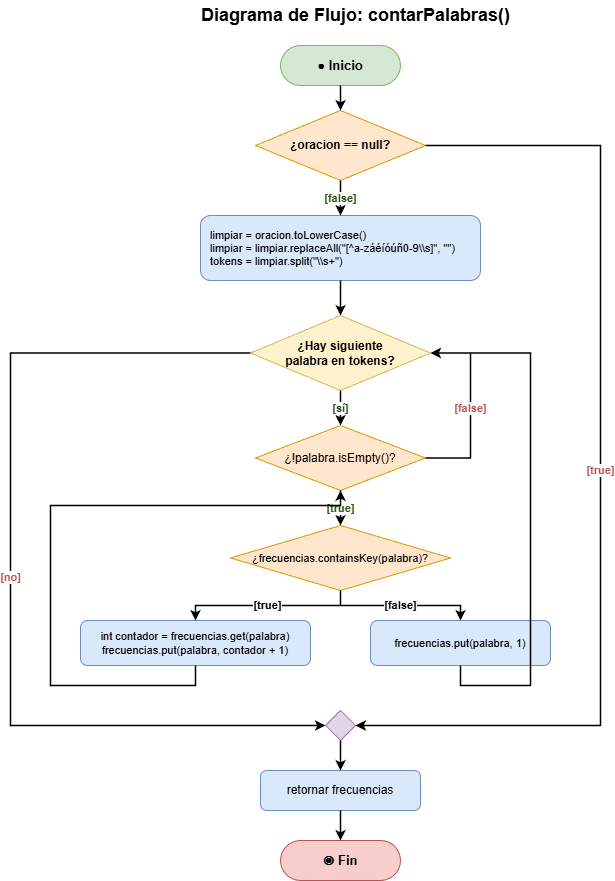
The draw.io diagram Practica_4/Diagramas/Flujo_02_contarPalabras.png in diegoraulzayas-debug/Practicas_POO, before a commit. Source tidied: cells renumbered, new cells last; positions are measured from the earlier drawing's top-left corner, leaving out a move shared by most shapes. Its diagram source:
```xml
<mxGraphModel background="#ffffff">
  <root>
    <mxCell id="0" />
    <mxCell id="1" parent="0" />
    <mxCell id="2" value="Diagrama de Flujo: contarPalabras()" style="text;html=1;strokeColor=none;fillColor=none;align=center;verticalAlign=middle;fontSize=18;fontStyle=1;fontColor=#000000;" parent="1" vertex="1">
      <mxGeometry x="170" width="350" height="30" as="geometry" />
    </mxCell>
    <mxCell id="3" value="● Inicio" style="rounded=1;whiteSpace=wrap;html=1;arcSize=50;fillColor=#d5e8d4;strokeColor=#82b366;fontStyle=1;fontSize=13;fontColor=#000000;" parent="1" vertex="1">
      <mxGeometry x="270" y="45" width="120" height="40" as="geometry" />
    </mxCell>
    <mxCell id="4" value="¿oracion == null?" style="rhombus;whiteSpace=wrap;html=1;fillColor=#ffe6cc;strokeColor=#d79b00;fontStyle=1;fontSize=12;fontColor=#000000;" parent="1" vertex="1">
      <mxGeometry x="245" y="110" width="170" height="70" as="geometry" />
    </mxCell>
    <mxCell id="5" value="limpiar = oracion.toLowerCase()&#10;limpiar = limpiar.replaceAll(&quot;[^a-záéíóúñ0-9\\s]&quot;, &quot;&quot;)&#10;tokens = limpiar.split(&quot;\\s+&quot;)" style="rounded=1;whiteSpace=wrap;html=1;fillColor=#dae8fc;strokeColor=#6c8ebf;fontSize=11;spacingLeft=8;align=left;fontColor=#000000;" parent="1" vertex="1">
      <mxGeometry x="190" y="215" width="280" height="65" as="geometry" />
    </mxCell>
    <mxCell id="6" value="¿Hay siguiente&#10;palabra en tokens?" style="rhombus;whiteSpace=wrap;html=1;fillColor=#fff2cc;strokeColor=#d6b656;fontStyle=1;fontSize=12;fontColor=#000000;" parent="1" vertex="1">
      <mxGeometry x="240" y="315" width="180" height="75" as="geometry" />
    </mxCell>
    <mxCell id="7" value="¿!palabra.isEmpty()?" style="rhombus;whiteSpace=wrap;html=1;fillColor=#ffe6cc;strokeColor=#d79b00;fontSize=12;fontColor=#000000;" parent="1" vertex="1">
      <mxGeometry x="245" y="425" width="170" height="65" as="geometry" />
    </mxCell>
    <mxCell id="8" value="¿frecuencias.containsKey(palabra)?" style="rhombus;whiteSpace=wrap;html=1;fillColor=#ffe6cc;strokeColor=#d79b00;fontSize=11;fontColor=#000000;" parent="1" vertex="1">
      <mxGeometry x="220" y="525" width="220" height="65" as="geometry" />
    </mxCell>
    <mxCell id="9" value="int contador = frecuencias.get(palabra)&#10;frecuencias.put(palabra, contador + 1)" style="rounded=1;whiteSpace=wrap;html=1;fillColor=#dae8fc;strokeColor=#6c8ebf;fontSize=11;fontColor=#000000;" parent="1" vertex="1">
      <mxGeometry x="70" y="620" width="230" height="45" as="geometry" />
    </mxCell>
    <mxCell id="10" value="frecuencias.put(palabra, 1)" style="rounded=1;whiteSpace=wrap;html=1;fillColor=#dae8fc;strokeColor=#6c8ebf;fontSize=11;fontColor=#000000;" parent="1" vertex="1">
      <mxGeometry x="360" y="620" width="180" height="45" as="geometry" />
    </mxCell>
    <mxCell id="11" style="rhombus;whiteSpace=wrap;html=1;fillColor=#e1d5e7;strokeColor=#9673a6;" parent="1" vertex="1">
      <mxGeometry x="315" y="710" width="30" height="30" as="geometry" />
    </mxCell>
    <mxCell id="12" value="retornar frecuencias" style="rounded=1;whiteSpace=wrap;html=1;fillColor=#dae8fc;strokeColor=#6c8ebf;fontSize=12;fontColor=#000000;" parent="1" vertex="1">
      <mxGeometry x="250" y="770" width="160" height="40" as="geometry" />
    </mxCell>
    <mxCell id="13" value="◉ Fin" style="rounded=1;whiteSpace=wrap;html=1;arcSize=50;fillColor=#f8cecc;strokeColor=#b85450;fontStyle=1;fontSize=13;fontColor=#000000;" parent="1" vertex="1">
      <mxGeometry x="270" y="840" width="120" height="40" as="geometry" />
    </mxCell>
    <mxCell id="14" style="edgeStyle=orthogonalEdgeStyle;rounded=0;html=1;strokeWidth=1.5;strokeColor=#000000;" parent="1" edge="1" source="3" target="4">
      <mxGeometry relative="1" as="geometry" />
    </mxCell>
    <mxCell id="15" value="[true]" style="edgeStyle=orthogonalEdgeStyle;rounded=0;html=1;strokeWidth=1.5;fontStyle=1;fontColor=#b85450;strokeColor=#000000;exitX=1;exitY=0.5;exitDx=0;exitDy=0;entryX=1;entryY=0.5;entryDx=0;entryDy=0;" parent="1" edge="1" source="4" target="11">
      <mxGeometry relative="1" as="geometry">
        <Array as="points">
          <mxPoint x="590" y="145" />
          <mxPoint x="590" y="725" />
        </Array>
      </mxGeometry>
    </mxCell>
    <mxCell id="16" value="[false]" style="edgeStyle=orthogonalEdgeStyle;rounded=0;html=1;strokeWidth=1.5;fontStyle=1;fontColor=#274e13;strokeColor=#000000;" parent="1" edge="1" source="4" target="5">
      <mxGeometry relative="1" as="geometry" />
    </mxCell>
    <mxCell id="17" style="edgeStyle=orthogonalEdgeStyle;rounded=0;html=1;strokeWidth=1.5;strokeColor=#000000;" parent="1" edge="1" source="5" target="6">
      <mxGeometry relative="1" as="geometry" />
    </mxCell>
    <mxCell id="18" value="[sí]" style="edgeStyle=orthogonalEdgeStyle;rounded=0;html=1;strokeWidth=1.5;fontStyle=1;fontColor=#274e13;strokeColor=#000000;" parent="1" edge="1" source="6" target="7">
      <mxGeometry relative="1" as="geometry" />
    </mxCell>
    <mxCell id="19" value="[no]" style="edgeStyle=orthogonalEdgeStyle;rounded=0;html=1;strokeWidth=1.5;fontStyle=1;fontColor=#b85450;strokeColor=#000000;exitX=0;exitY=0.5;exitDx=0;exitDy=0;entryX=0;entryY=0.5;entryDx=0;entryDy=0;" parent="1" edge="1" source="6" target="11">
      <mxGeometry relative="1" as="geometry">
        <Array as="points">
          <mxPoint y="353" />
          <mxPoint y="725" />
        </Array>
      </mxGeometry>
    </mxCell>
    <mxCell id="20" value="[true]" style="edgeStyle=orthogonalEdgeStyle;rounded=0;html=1;strokeWidth=1.5;fontStyle=1;fontColor=#274e13;strokeColor=#000000;" parent="1" edge="1" source="7" target="8">
      <mxGeometry relative="1" as="geometry" />
    </mxCell>
    <mxCell id="21" value="[false]" style="edgeStyle=orthogonalEdgeStyle;rounded=0;html=1;strokeWidth=1.5;fontStyle=1;fontColor=#b85450;strokeColor=#000000;exitX=1;exitY=0.5;exitDx=0;exitDy=0;entryX=1;entryY=0.5;entryDx=0;entryDy=0;" parent="1" edge="1" source="7" target="6">
      <mxGeometry relative="1" as="geometry">
        <Array as="points">
          <mxPoint x="460" y="458" />
          <mxPoint x="460" y="353" />
        </Array>
      </mxGeometry>
    </mxCell>
    <mxCell id="22" value="[true]" style="edgeStyle=orthogonalEdgeStyle;rounded=0;html=1;strokeWidth=1.5;fontStyle=1;strokeColor=#000000;fontColor=#000000;" parent="1" edge="1" source="8" target="9">
      <mxGeometry relative="1" as="geometry" />
    </mxCell>
    <mxCell id="23" value="[false]" style="edgeStyle=orthogonalEdgeStyle;rounded=0;html=1;strokeWidth=1.5;fontStyle=1;strokeColor=#000000;fontColor=#000000;" parent="1" edge="1" source="8" target="10">
      <mxGeometry relative="1" as="geometry" />
    </mxCell>
    <mxCell id="24" style="edgeStyle=orthogonalEdgeStyle;rounded=0;html=1;strokeWidth=1.5;strokeColor=#000000;exitX=0.5;exitY=1;exitDx=0;exitDy=0;entryX=0.5;entryY=1;entryDx=0;entryDy=0;" parent="1" edge="1" source="9" target="7">
      <mxGeometry relative="1" as="geometry">
        <Array as="points">
          <mxPoint x="185" y="685" />
          <mxPoint x="40" y="685" />
          <mxPoint x="40" y="505" />
          <mxPoint x="330" y="505" />
        </Array>
      </mxGeometry>
    </mxCell>
    <mxCell id="25" style="edgeStyle=orthogonalEdgeStyle;rounded=0;html=1;strokeWidth=1.5;strokeColor=#000000;exitX=0.5;exitY=1;exitDx=0;exitDy=0;entryX=1;entryY=0.5;entryDx=0;entryDy=0;" parent="1" edge="1" source="10" target="6">
      <mxGeometry relative="1" as="geometry">
        <Array as="points">
          <mxPoint x="450" y="685" />
          <mxPoint x="520" y="685" />
          <mxPoint x="520" y="353" />
        </Array>
      </mxGeometry>
    </mxCell>
    <mxCell id="26" style="edgeStyle=orthogonalEdgeStyle;rounded=0;html=1;strokeWidth=1.5;strokeColor=#000000;" parent="1" edge="1" source="11" target="12">
      <mxGeometry relative="1" as="geometry" />
    </mxCell>
    <mxCell id="27" style="edgeStyle=orthogonalEdgeStyle;rounded=0;html=1;strokeWidth=1.5;strokeColor=#000000;" parent="1" edge="1" source="12" target="13">
      <mxGeometry relative="1" as="geometry" />
    </mxCell>
  </root>
</mxGraphModel>
```
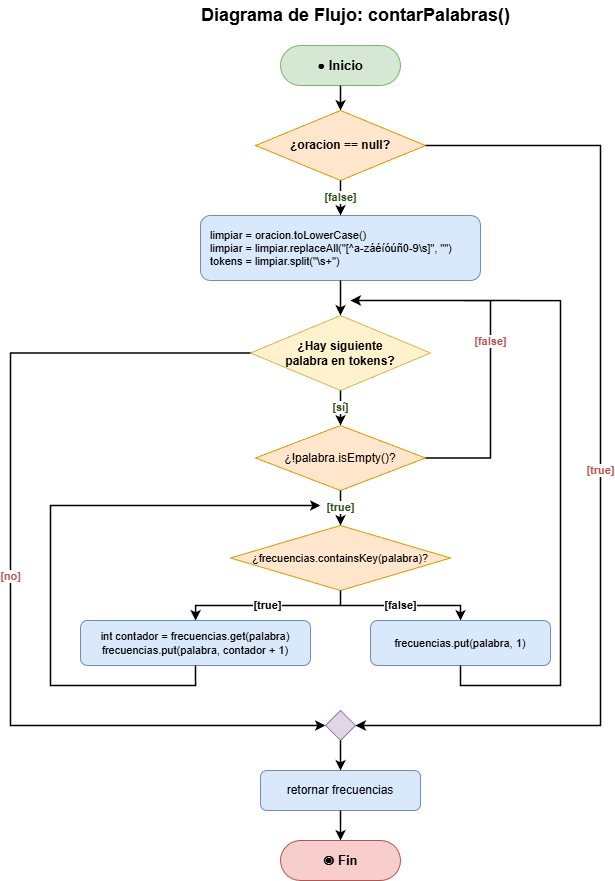
After the change.

Change to the diagram source:
```diff
@@ -11,7 +11,7 @@
     <mxCell id="4" value="¿oracion == null?" style="rhombus;whiteSpace=wrap;html=1;fillColor=#ffe6cc;strokeColor=#d79b00;fontStyle=1;fontSize=12;fontColor=#000000;" parent="1" vertex="1">
       <mxGeometry x="245" y="110" width="170" height="70" as="geometry" />
     </mxCell>
-    <mxCell id="5" value="limpiar = oracion.toLowerCase()&#10;limpiar = limpiar.replaceAll(&quot;[^a-záéíóúñ0-9\\s]&quot;, &quot;&quot;)&#10;tokens = limpiar.split(&quot;\\s+&quot;)" style="rounded=1;whiteSpace=wrap;html=1;fillColor=#dae8fc;strokeColor=#6c8ebf;fontSize=11;spacingLeft=8;align=left;fontColor=#000000;" parent="1" vertex="1">
+    <mxCell id="5" value="limpiar = oracion.toLowerCase()&#10;limpiar = limpiar.replaceAll(&quot;[^a-záéíóúñ0-9\s]&quot;, &quot;&quot;)&#10;tokens = limpiar.split(&quot;\s+&quot;)" style="rounded=1;whiteSpace=wrap;html=1;fillColor=#dae8fc;strokeColor=#6c8ebf;fontSize=11;spacingLeft=8;align=left;fontColor=#000000;" parent="1" vertex="1">
       <mxGeometry x="190" y="215" width="280" height="65" as="geometry" />
     </mxCell>
     <mxCell id="6" value="¿Hay siguiente&#10;palabra en tokens?" style="rhombus;whiteSpace=wrap;html=1;fillColor=#fff2cc;strokeColor=#d6b656;fontStyle=1;fontSize=12;fontColor=#000000;" parent="1" vertex="1">
@@ -69,11 +69,12 @@
     <mxCell id="20" value="[true]" style="edgeStyle=orthogonalEdgeStyle;rounded=0;html=1;strokeWidth=1.5;fontStyle=1;fontColor=#274e13;strokeColor=#000000;" parent="1" edge="1" source="7" target="8">
       <mxGeometry relative="1" as="geometry" />
     </mxCell>
-    <mxCell id="21" value="[false]" style="edgeStyle=orthogonalEdgeStyle;rounded=0;html=1;strokeWidth=1.5;fontStyle=1;fontColor=#b85450;strokeColor=#000000;exitX=1;exitY=0.5;exitDx=0;exitDy=0;entryX=1;entryY=0.5;entryDx=0;entryDy=0;" parent="1" edge="1" source="7" target="6">
+    <mxCell id="21" value="[false]" style="edgeStyle=orthogonalEdgeStyle;rounded=0;html=1;strokeWidth=1.5;fontStyle=1;fontColor=#b85450;strokeColor=#000000;exitX=1;exitY=0.5;exitDx=0;exitDy=0;" parent="1" edge="1" source="7">
       <mxGeometry relative="1" as="geometry">
+        <mxPoint x="340" y="300" as="targetPoint" />
         <Array as="points">
-          <mxPoint x="460" y="458" />
-          <mxPoint x="460" y="353" />
+          <mxPoint x="480" y="458" />
+          <mxPoint x="480" y="300" />
         </Array>
       </mxGeometry>
     </mxCell>
@@ -83,22 +84,23 @@
     <mxCell id="23" value="[false]" style="edgeStyle=orthogonalEdgeStyle;rounded=0;html=1;strokeWidth=1.5;fontStyle=1;strokeColor=#000000;fontColor=#000000;" parent="1" edge="1" source="8" target="10">
       <mxGeometry relative="1" as="geometry" />
     </mxCell>
-    <mxCell id="24" style="edgeStyle=orthogonalEdgeStyle;rounded=0;html=1;strokeWidth=1.5;strokeColor=#000000;exitX=0.5;exitY=1;exitDx=0;exitDy=0;entryX=0.5;entryY=1;entryDx=0;entryDy=0;" parent="1" edge="1" source="9" target="7">
+    <mxCell id="24" style="edgeStyle=orthogonalEdgeStyle;rounded=0;html=1;strokeWidth=1.5;strokeColor=#000000;exitX=0.5;exitY=1;exitDx=0;exitDy=0;" parent="1" edge="1" source="9">
       <mxGeometry relative="1" as="geometry">
+        <mxPoint x="310" y="505" as="targetPoint" />
         <Array as="points">
           <mxPoint x="185" y="685" />
           <mxPoint x="40" y="685" />
           <mxPoint x="40" y="505" />
-          <mxPoint x="330" y="505" />
         </Array>
       </mxGeometry>
     </mxCell>
-    <mxCell id="25" style="edgeStyle=orthogonalEdgeStyle;rounded=0;html=1;strokeWidth=1.5;strokeColor=#000000;exitX=0.5;exitY=1;exitDx=0;exitDy=0;entryX=1;entryY=0.5;entryDx=0;entryDy=0;" parent="1" edge="1" source="10" target="6">
+    <mxCell id="25" style="edgeStyle=orthogonalEdgeStyle;rounded=0;html=1;strokeWidth=1.5;strokeColor=#000000;exitX=0.5;exitY=1;exitDx=0;exitDy=0;" parent="1" edge="1" source="10">
       <mxGeometry relative="1" as="geometry">
+        <mxPoint x="340" y="300" as="targetPoint" />
         <Array as="points">
           <mxPoint x="450" y="685" />
-          <mxPoint x="520" y="685" />
-          <mxPoint x="520" y="353" />
+          <mxPoint x="550" y="685" />
+          <mxPoint x="550" y="300" />
         </Array>
       </mxGeometry>
     </mxCell>
```
